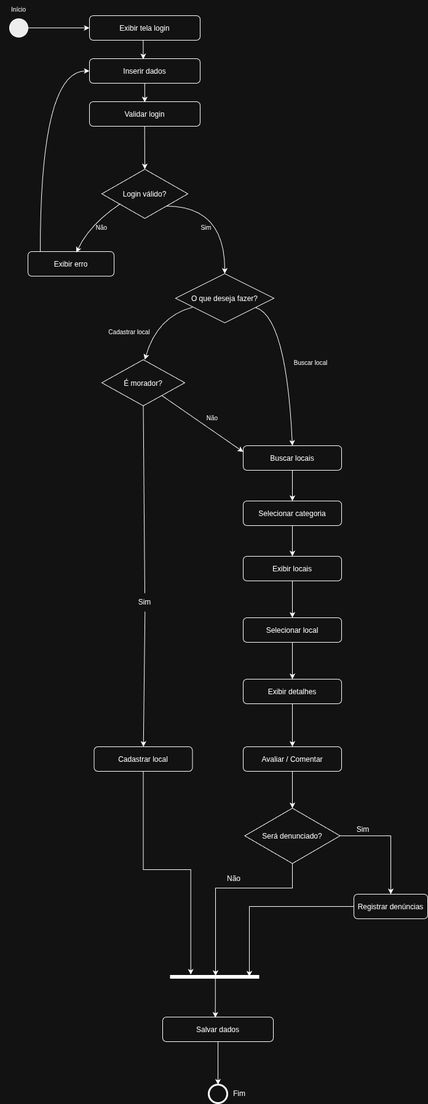
Before: docs/Modelagem/ModelagemDinamica/imagens/v1.3_atividades.drawio.png, a diagram exported from draw.io (UnBArqDsw2026-1-Turma02/2026.01-T02_G5_EuAmoPiri_Entrega_02). Source tidied: cells renumbered, new cells last; positions are measured from the earlier drawing's top-left corner, leaving out a move shared by most shapes.
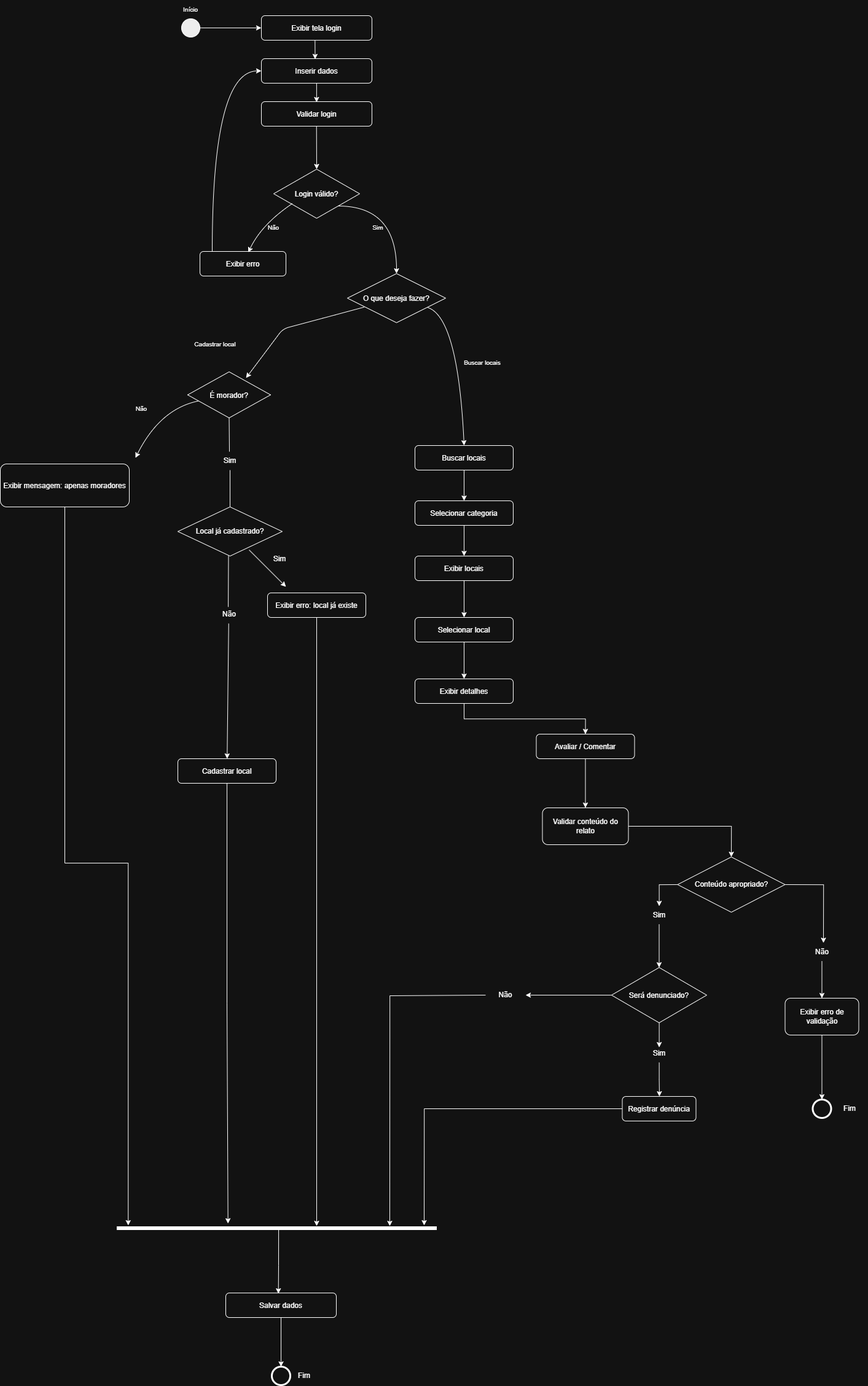
Above is the later version.

Commit message:
Atualização do diagrama de atividades

Change to the diagram source:
```diff
@@ -62,26 +62,31 @@
     <mxCell id="19" value="Exibir detalhes" style="rounded=1;" parent="1" vertex="1">
       <mxGeometry x="395" y="1105" width="160" height="40" as="geometry" />
     </mxCell>
+    <mxCell id="56" style="edgeStyle=orthogonalEdgeStyle;rounded=0;jettySize=auto;html=1;exitX=0.5;exitY=1;exitDx=0;exitDy=0;entryX=0.5;entryY=0;entryDx=0;entryDy=0;" parent="1" edge="1" source="20" target="62">
+      <mxGeometry relative="1" as="geometry" />
+    </mxCell>
     <mxCell id="20" value="Avaliar / Comentar" style="rounded=1;" parent="1" vertex="1">
-      <mxGeometry x="395" y="1215" width="160" height="40" as="geometry" />
+      <mxGeometry x="592.5" y="1195" width="160" height="40" as="geometry" />
     </mxCell>
     <mxCell id="21" value="É morador?" style="rhombus;" parent="1" vertex="1">
-      <mxGeometry x="165" y="585" width="135" height="75" as="geometry" />
+      <mxGeometry x="25" y="605" width="135" height="75" as="geometry" />
     </mxCell>
-    <mxCell id="22" style="edgeStyle=orthogonalEdgeStyle;rounded=0;jettySize=auto;html=1;entryX=0.229;entryY=0.363;entryDx=0;entryDy=0;entryPerimeter=0;" parent="1" edge="1" source="23" target="47">
-      <mxGeometry relative="1" as="geometry" />
+    <mxCell id="22" style="edgeStyle=orthogonalEdgeStyle;rounded=0;jettySize=auto;html=1;entryX=0.229;entryY=0.363;entryDx=0;entryDy=0;entryPerimeter=0;exitX=0.5;exitY=1;exitDx=0;exitDy=0;" parent="1" edge="1" source="23">
+      <mxGeometry relative="1" as="geometry">
+        <mxPoint x="90.7" y="1991.9" as="targetPoint" />
+      </mxGeometry>
     </mxCell>
     <mxCell id="23" value="Cadastrar local" style="rounded=1;" parent="1" vertex="1">
-      <mxGeometry x="152.5" y="1215" width="160" height="40" as="geometry" />
+      <mxGeometry x="9" y="1235" width="160" height="40" as="geometry" />
     </mxCell>
     <mxCell id="24" style="edgeStyle=orthogonalEdgeStyle;rounded=0;jettySize=auto;html=1;" parent="1" edge="1" source="25" target="26">
       <mxGeometry relative="1" as="geometry" />
     </mxCell>
     <mxCell id="25" value="Salvar dados" style="rounded=1;" parent="1" vertex="1">
-      <mxGeometry x="264" y="1655" width="180" height="40" as="geometry" />
+      <mxGeometry x="87" y="2105" width="180" height="40" as="geometry" />
     </mxCell>
     <mxCell id="26" style="ellipse;strokeWidth=3;" parent="1" vertex="1">
-      <mxGeometry x="339" y="1765" width="30" height="30" as="geometry" />
+      <mxGeometry x="162" y="2225" width="30" height="30" as="geometry" />
     </mxCell>
     <mxCell id="27" style="endArrow=classic;html=1;rounded=0;exitX=1;exitY=0.5;exitDx=0;exitDy=0;entryX=0;entryY=0.375;entryDx=0;entryDy=0;entryPerimeter=0;" parent="1" edge="1">
       <mxGeometry relative="1" as="geometry">
@@ -120,12 +125,12 @@
     <mxCell id="34" value="&lt;font style=&quot;font-size: 10px;&quot;&gt;Início&lt;/font&gt;" style="text;html=1;whiteSpace=wrap;strokeColor=none;fillColor=none;align=center;verticalAlign=middle;rounded=0;" parent="1" vertex="1">
       <mxGeometry width="60" height="30" as="geometry" />
     </mxCell>
-    <mxCell id="35" style="endArrow=classic;html=1;rounded=0;curved=1;exitX=0.172;exitY=0.682;exitDx=0;exitDy=0;exitPerimeter=0;" parent="1" edge="1">
+    <mxCell id="35" style="endArrow=classic;html=1;rounded=1;curved=0;exitX=0.172;exitY=0.682;exitDx=0;exitDy=0;exitPerimeter=0;entryX=0.704;entryY=0.133;entryDx=0;entryDy=0;entryPerimeter=0;" parent="1" edge="1" target="21">
       <mxGeometry relative="1" as="geometry">
         <mxPoint x="312.5" y="499.6" as="sourcePoint" />
-        <mxPoint x="235" y="585" as="targetPoint" />
         <Array as="points">
           <mxPoint x="255" y="515" />
+          <mxPoint x="180" y="535" />
         </Array>
       </mxGeometry>
     </mxCell>
@@ -137,21 +142,26 @@
       </mxGeometry>
     </mxCell>
     <mxCell id="37" value="&lt;font style=&quot;font-size: 10px;&quot;&gt;Cadastrar local&lt;/font&gt;" style="text;html=1;whiteSpace=wrap;strokeColor=none;fillColor=none;align=center;verticalAlign=middle;rounded=0;" parent="1" vertex="1">
-      <mxGeometry x="160" y="525" width="100" height="30" as="geometry" />
+      <mxGeometry x="20" y="545" width="100" height="30" as="geometry" />
     </mxCell>
-    <mxCell id="38" value="&lt;font style=&quot;font-size: 10px;&quot;&gt;Buscar local&lt;/font&gt;" style="text;html=1;whiteSpace=wrap;strokeColor=none;fillColor=none;align=center;verticalAlign=middle;rounded=0;" parent="1" vertex="1">
+    <mxCell id="38" value="&lt;font style=&quot;font-size: 10px;&quot;&gt;Buscar locais&lt;/font&gt;" style="text;html=1;whiteSpace=wrap;strokeColor=none;fillColor=none;align=center;verticalAlign=middle;rounded=0;" parent="1" vertex="1">
       <mxGeometry x="455" y="575" width="100" height="30" as="geometry" />
     </mxCell>
-    <mxCell id="39" style="endArrow=classic;html=1;rounded=0;entryX=0;entryY=0.25;entryDx=0;entryDy=0;" parent="1" edge="1" source="21" target="11">
-      <mxGeometry relative="1" as="geometry" />
+    <mxCell id="39" style="endArrow=classic;html=1;rounded=0;curved=1;" parent="1" edge="1" source="21">
+      <mxGeometry relative="1" as="geometry">
+        <mxPoint x="-60" y="745" as="targetPoint" />
+        <Array as="points">
+          <mxPoint x="-20" y="665" />
+        </Array>
+      </mxGeometry>
     </mxCell>
     <mxCell id="40" style="endArrow=classic;html=1;rounded=0;" parent="1" edge="1" target="23">
       <mxGeometry relative="1" as="geometry">
-        <mxPoint x="235.3" y="995" as="sourcePoint" />
+        <mxPoint x="91.8" y="1015" as="sourcePoint" />
       </mxGeometry>
     </mxCell>
     <mxCell id="41" value="&lt;font style=&quot;font-size: 10px;&quot;&gt;Não&lt;/font&gt;" style="text;html=1;whiteSpace=wrap;strokeColor=none;fillColor=none;align=center;verticalAlign=middle;rounded=0;" parent="1" vertex="1">
-      <mxGeometry x="295" y="665" width="100" height="30" as="geometry" />
+      <mxGeometry x="-100" y="650" width="100" height="30" as="geometry" />
     </mxCell>
     <mxCell id="42" style="endArrow=classic;html=1;rounded=0;exitX=0.5;exitY=1;exitDx=0;exitDy=0;" parent="1" edge="1" source="11">
       <mxGeometry relative="1" as="geometry">
@@ -159,50 +169,146 @@
       </mxGeometry>
     </mxCell>
     <mxCell id="43" value="Sim" style="text;html=1;whiteSpace=wrap;strokeColor=none;fillColor=none;align=center;verticalAlign=middle;rounded=0;" parent="1" vertex="1">
-      <mxGeometry x="205" y="965" width="60" height="30" as="geometry" />
+      <mxGeometry x="64" y="735" width="60" height="30" as="geometry" />
     </mxCell>
-    <mxCell id="44" style="endArrow=none;html=1;rounded=0;exitX=0.5;exitY=0;exitDx=0;exitDy=0;entryX=0.5;entryY=1;entryDx=0;entryDy=0;" parent="1" edge="1" source="43" target="21">
-      <mxGeometry relative="1" as="geometry" />
+    <mxCell id="44" style="endArrow=none;html=1;rounded=0;entryX=0.5;entryY=1;entryDx=0;entryDy=0;" parent="1" edge="1" target="21">
+      <mxGeometry relative="1" as="geometry">
+        <mxPoint x="93" y="735" as="sourcePoint" />
+      </mxGeometry>
     </mxCell>
     <mxCell id="45" value="Fim" style="text;html=1;whiteSpace=wrap;strokeColor=none;fillColor=none;align=center;verticalAlign=middle;rounded=0;" parent="1" vertex="1">
-      <mxGeometry x="359" y="1765" width="60" height="30" as="geometry" />
+      <mxGeometry x="185" y="2225" width="60" height="30" as="geometry" />
     </mxCell>
-    <mxCell id="46" style="edgeStyle=orthogonalEdgeStyle;rounded=0;jettySize=auto;html=1;entryX=0.5;entryY=0;entryDx=0;entryDy=0;" parent="1" edge="1" source="20" target="50">
-      <mxGeometry relative="1" as="geometry" />
-    </mxCell>
     <mxCell id="47" style="shape=line;html=1;strokeWidth=6;strokeColor=light-dark(#000000,#FFFFFF);fillColor=none;" parent="1" vertex="1">
-      <mxGeometry x="276.5" y="1575" width="145" height="30" as="geometry" />
+      <mxGeometry x="-90" y="1985" width="521" height="30" as="geometry" />
     </mxCell>
     <mxCell id="48" style="edgeStyle=orthogonalEdgeStyle;rounded=0;jettySize=auto;html=1;entryX=0.476;entryY=0.024;entryDx=0;entryDy=0;entryPerimeter=0;exitX=0.505;exitY=0.496;exitDx=0;exitDy=0;exitPerimeter=0;" parent="1" edge="1" source="47" target="25">
       <mxGeometry relative="1" as="geometry" />
     </mxCell>
-    <mxCell id="49" style="edgeStyle=orthogonalEdgeStyle;rounded=0;jettySize=auto;html=1;exitX=1;exitY=0.5;exitDx=0;exitDy=0;" parent="1" edge="1" source="50">
-      <mxGeometry relative="1" as="geometry">
-        <mxPoint x="635" y="1455" as="targetPoint" />
-      </mxGeometry>
-    </mxCell>
-    <mxCell id="50" value="Será denunciado?" style="rhombus;" parent="1" vertex="1">
-      <mxGeometry x="397.5" y="1315" width="155" height="90" as="geometry" />
-    </mxCell>
-    <mxCell id="51" style="edgeStyle=orthogonalEdgeStyle;rounded=0;jettySize=auto;html=1;exitX=0.5;exitY=1;exitDx=0;exitDy=0;entryX=0.507;entryY=0.433;entryDx=0;entryDy=0;entryPerimeter=0;" parent="1" edge="1" source="50" target="47">
+    <mxCell id="51" style="edgeStyle=orthogonalEdgeStyle;rounded=0;jettySize=auto;html=1;exitX=0;exitY=0.5;exitDx=0;exitDy=0;" parent="1" edge="1" source="52">
       <mxGeometry relative="1" as="geometry">
+        <mxPoint x="354" y="1996" as="targetPoint" />
         <Array as="points">
-          <mxPoint x="475" y="1445" />
-          <mxPoint x="350" y="1445" />
+          <mxPoint x="510" y="1621" />
+          <mxPoint x="354" y="1621" />
         </Array>
       </mxGeometry>
     </mxCell>
     <mxCell id="52" value="Não" style="text;html=1;whiteSpace=wrap;strokeColor=none;fillColor=none;align=center;verticalAlign=middle;rounded=0;" parent="1" vertex="1">
-      <mxGeometry x="350" y="1415" width="60" height="30" as="geometry" />
+      <mxGeometry x="510" y="1595" width="65" height="50" as="geometry" />
     </mxCell>
-    <mxCell id="53" value="Sim" style="text;html=1;whiteSpace=wrap;strokeColor=none;fillColor=none;align=center;verticalAlign=middle;rounded=0;" parent="1" vertex="1">
-      <mxGeometry x="560" y="1335" width="60" height="30" as="geometry" />
-    </mxCell>
-    <mxCell id="54" style="edgeStyle=orthogonalEdgeStyle;rounded=0;jettySize=auto;html=1;entryX=0.886;entryY=0.467;entryDx=0;entryDy=0;entryPerimeter=0;" parent="1" edge="1" source="55" target="47">
-      <mxGeometry relative="1" as="geometry" />
+    <mxCell id="54" style="edgeStyle=orthogonalEdgeStyle;rounded=0;jettySize=auto;html=1;" parent="1" edge="1" source="55">
+      <mxGeometry relative="1" as="geometry">
+        <mxPoint x="410" y="1995" as="targetPoint" />
+        <Array as="points">
+          <mxPoint x="410" y="1805" />
+        </Array>
+      </mxGeometry>
     </mxCell>
-    <mxCell id="55" value="Registrar denúncias" style="rounded=1;" parent="1" vertex="1">
-      <mxGeometry x="575" y="1455" width="120" height="40" as="geometry" />
+    <mxCell id="55" value="Registrar denúncia" style="rounded=1;" parent="1" vertex="1">
+      <mxGeometry x="732.5" y="1785" width="120" height="40" as="geometry" />
     </mxCell>
+    <mxCell id="57" value="Local já cadastrado?" style="rhombus;whiteSpace=wrap;html=1;" parent="1" vertex="1">
+      <mxGeometry x="9" y="825" width="170" height="80" as="geometry" />
+    </mxCell>
+    <mxCell id="58" style="endArrow=none;html=1;rounded=0;exitX=0.5;exitY=0;exitDx=0;exitDy=0;entryX=0.5;entryY=1;entryDx=0;entryDy=0;" parent="1" edge="1" source="57" target="43">
+      <mxGeometry relative="1" as="geometry" />
+    </mxCell>
+    <mxCell id="59" style="endArrow=none;html=1;rounded=0;exitX=0.493;exitY=0.094;exitDx=0;exitDy=0;exitPerimeter=0;" parent="1" edge="1">
+      <mxGeometry relative="1" as="geometry">
+        <mxPoint x="91.1" y="987.8" as="sourcePoint" />
+        <mxPoint x="91.5" y="905" as="targetPoint" />
+      </mxGeometry>
+    </mxCell>
+    <mxCell id="60" value="Não" style="text;html=1;whiteSpace=wrap;strokeColor=none;fillColor=none;align=center;verticalAlign=middle;rounded=0;" parent="1" vertex="1">
+      <mxGeometry x="62.5" y="985" width="60" height="30" as="geometry" />
+    </mxCell>
+    <mxCell id="61" style="edgeStyle=orthogonalEdgeStyle;rounded=0;jettySize=auto;html=1;entryX=0.5;entryY=0;entryDx=0;entryDy=0;" parent="1" edge="1" source="62" target="65">
+      <mxGeometry relative="1" as="geometry" />
+    </mxCell>
+    <mxCell id="62" value="Validar conteúdo do relato" style="rounded=1;whiteSpace=wrap;html=1;" parent="1" vertex="1">
+      <mxGeometry x="602.5" y="1315" width="140" height="60" as="geometry" />
+    </mxCell>
+    <mxCell id="63" style="edgeStyle=orthogonalEdgeStyle;rounded=0;jettySize=auto;html=1;exitX=0;exitY=0.5;exitDx=0;exitDy=0;" parent="1" edge="1" source="65" target="69">
+      <mxGeometry relative="1" as="geometry" />
+    </mxCell>
+    <mxCell id="64" style="edgeStyle=orthogonalEdgeStyle;rounded=0;jettySize=auto;html=1;exitX=1;exitY=0.5;exitDx=0;exitDy=0;" parent="1" edge="1" source="65">
+      <mxGeometry relative="1" as="geometry">
+        <mxPoint x="1060" y="1535" as="targetPoint" />
+      </mxGeometry>
+    </mxCell>
+    <mxCell id="65" value="Conteúdo apropriado?" style="rhombus;whiteSpace=wrap;html=1;" parent="1" vertex="1">
+      <mxGeometry x="822.5" y="1395" width="175" height="90" as="geometry" />
+    </mxCell>
+    <mxCell id="66" style="edgeStyle=orthogonalEdgeStyle;rounded=0;jettySize=auto;html=1;" parent="1" edge="1" source="67" target="71">
+      <mxGeometry relative="1" as="geometry" />
+    </mxCell>
+    <mxCell id="67" value="Não" style="text;html=1;whiteSpace=wrap;strokeColor=none;fillColor=none;align=center;verticalAlign=middle;rounded=0;" parent="1" vertex="1">
+      <mxGeometry x="1027.5" y="1535" width="60" height="30" as="geometry" />
+    </mxCell>
+    <mxCell id="68" style="edgeStyle=orthogonalEdgeStyle;rounded=0;jettySize=auto;html=1;" parent="1" edge="1" source="69" target="50">
+      <mxGeometry relative="1" as="geometry" />
+    </mxCell>
+    <mxCell id="69" value="Sim" style="text;html=1;whiteSpace=wrap;strokeColor=none;fillColor=none;align=center;verticalAlign=middle;rounded=0;" parent="1" vertex="1">
+      <mxGeometry x="762.5" y="1475" width="60" height="30" as="geometry" />
+    </mxCell>
+    <mxCell id="70" style="edgeStyle=orthogonalEdgeStyle;rounded=0;jettySize=auto;html=1;" parent="1" edge="1" source="71" target="72">
+      <mxGeometry relative="1" as="geometry" />
+    </mxCell>
+    <mxCell id="71" value="Exibir erro de validação" style="rounded=1;whiteSpace=wrap;html=1;" parent="1" vertex="1">
+      <mxGeometry x="997.5" y="1625" width="120" height="60" as="geometry" />
+    </mxCell>
+    <mxCell id="72" style="ellipse;strokeWidth=3;" parent="1" vertex="1">
+      <mxGeometry x="1042.5" y="1790" width="30" height="30" as="geometry" />
+    </mxCell>
+    <mxCell id="73" style="edgeStyle=orthogonalEdgeStyle;rounded=0;jettySize=auto;html=1;" parent="1" edge="1" source="50">
+      <mxGeometry relative="1" as="geometry">
+        <mxPoint x="793" y="1705" as="targetPoint" />
+        <Array as="points">
+          <mxPoint x="793" y="1705" />
+          <mxPoint x="793" y="1705" />
+        </Array>
+      </mxGeometry>
+    </mxCell>
+    <mxCell id="74" style="edgeStyle=orthogonalEdgeStyle;rounded=0;jettySize=auto;html=1;" parent="1" edge="1" source="50" target="52">
+      <mxGeometry relative="1" as="geometry" />
+    </mxCell>
+    <mxCell id="50" value="Será denunciado?" style="rhombus;" parent="1" vertex="1">
+      <mxGeometry x="715" y="1575" width="155" height="90" as="geometry" />
+    </mxCell>
+    <mxCell id="75" style="edgeStyle=orthogonalEdgeStyle;rounded=0;jettySize=auto;html=1;" parent="1" edge="1" source="76">
+      <mxGeometry relative="1" as="geometry">
+        <mxPoint x="793" y="1785" as="targetPoint" />
+      </mxGeometry>
+    </mxCell>
+    <mxCell id="76" value="Sim" style="text;html=1;whiteSpace=wrap;strokeColor=none;fillColor=none;align=center;verticalAlign=middle;rounded=0;" parent="1" vertex="1">
+      <mxGeometry x="762.5" y="1700" width="60" height="30" as="geometry" />
+    </mxCell>
+    <mxCell id="77" value="Fim" style="text;html=1;whiteSpace=wrap;strokeColor=none;fillColor=none;align=center;verticalAlign=middle;rounded=0;" parent="1" vertex="1">
+      <mxGeometry x="1072.5" y="1790" width="60" height="30" as="geometry" />
+    </mxCell>
+    <mxCell id="78" value="Exibir mensagem: apenas moradores" style="rounded=1;" parent="1" vertex="1">
+      <mxGeometry x="-280" y="755" width="210" height="70" as="geometry" />
+    </mxCell>
+    <mxCell id="79" style="endArrow=classic;html=1;rounded=0;" parent="1" edge="1">
+      <mxGeometry relative="1" as="geometry">
+        <mxPoint x="125" y="895" as="sourcePoint" />
+        <mxPoint x="185" y="955" as="targetPoint" />
+      </mxGeometry>
+    </mxCell>
+    <mxCell id="80" value="Sim" style="text;html=1;whiteSpace=wrap;strokeColor=none;fillColor=none;align=center;verticalAlign=middle;rounded=0;" parent="1" vertex="1">
+      <mxGeometry x="145" y="895" width="60" height="30" as="geometry" />
+    </mxCell>
+    <mxCell id="81" value="Exibir erro: local já existe" style="rounded=1;" parent="1" vertex="1">
+      <mxGeometry x="155" y="965" width="160" height="40" as="geometry" />
+    </mxCell>
+    <mxCell id="82" style="endArrow=classic;html=1;rounded=0;exitX=0.5;exitY=1;exitDx=0;exitDy=0;" parent="1" edge="1" source="81">
+      <mxGeometry relative="1" as="geometry">
+        <mxPoint x="235" y="1996" as="targetPoint" />
+      </mxGeometry>
+    </mxCell>
+    <mxCell id="83" style="edgeStyle=orthogonalEdgeStyle;rounded=0;jettySize=auto;html=1;entryX=0.035;entryY=0.333;entryDx=0;entryDy=0;entryPerimeter=0;" parent="1" edge="1" source="78" target="47">
+      <mxGeometry relative="1" as="geometry" />
+    </mxCell>
   </root>
 </mxGraphModel>
```
